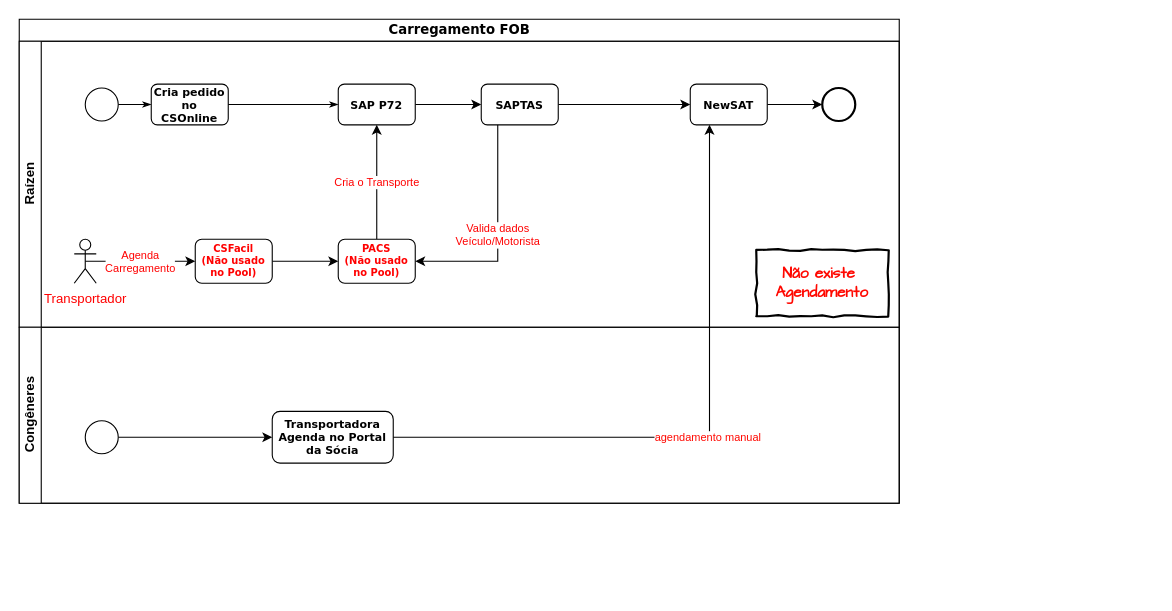
The draw.io diagram page "Carregamento FOB" (2 of 3) of PAI.drawio in anlugifa/drawio, before the edit. Source tidied: cells renumbered, new cells numbered last; positions are measured from the earlier drawing's top-left corner, leaving out a move shared by most shapes. Both pictures are drawn from the tidied source at 110%, with x=0, y=0 at pixel (19, 19).
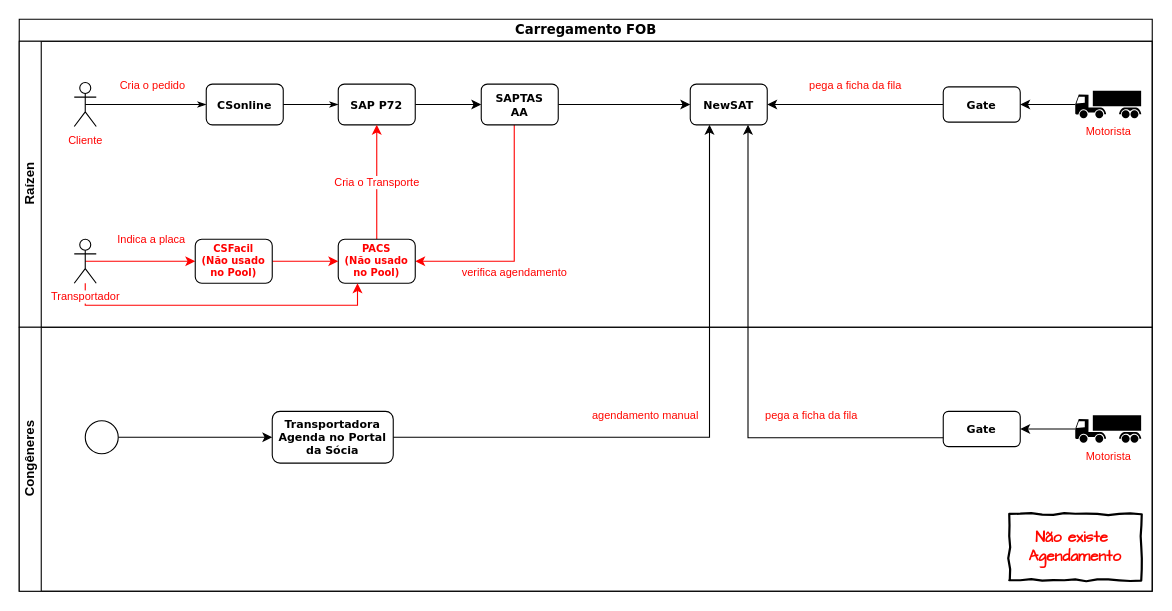
After the change.

Unchanged cells that the change refers to:
```xml
<mxCell id="8" value="SAP P72" style="rounded=1;whiteSpace=wrap;html=1;shadow=0;labelBackgroundColor=none;strokeColor=#000000;strokeWidth=1;fillColor=#ffffff;fontFamily=Verdana;fontSize=10;fontColor=#000000;align=center;fontStyle=1;" parent="3" vertex="1">
  <mxGeometry x="290" y="39" width="70" height="37" as="geometry" />
</mxCell>
<mxCell id="13" value="NewSAT" style="rounded=1;whiteSpace=wrap;html=1;shadow=0;labelBackgroundColor=none;strokeColor=#000000;strokeWidth=1;fillColor=#ffffff;fontFamily=Verdana;fontSize=10;fontColor=#000000;align=center;fontStyle=1;" parent="3" vertex="1">
  <mxGeometry x="610" y="39" width="70" height="37" as="geometry" />
</mxCell>
<mxCell id="17" value="PACS&lt;br style=&quot;font-size: 9px;&quot;&gt;(Não usado no Pool)" style="rounded=1;whiteSpace=wrap;html=1;shadow=0;labelBackgroundColor=none;strokeColor=#000000;strokeWidth=1;fillColor=#ffffff;fontFamily=Verdana;fontSize=9;fontColor=#FF0000;align=center;fontStyle=1;" parent="3" vertex="1">
  <mxGeometry x="290" y="180" width="70" height="40" as="geometry" />
</mxCell>
<mxCell id="21" value="CSFacil&lt;br style=&quot;font-size: 9px;&quot;&gt;(Não usado no Pool)" style="rounded=1;whiteSpace=wrap;html=1;shadow=0;labelBackgroundColor=none;strokeColor=#000000;strokeWidth=1;fillColor=#ffffff;fontFamily=Verdana;fontSize=9;fontColor=#FF0000;align=center;fontStyle=1;" parent="3" vertex="1">
  <mxGeometry x="160" y="180" width="70" height="40" as="geometry" />
</mxCell>
<mxCell id="24" value="Transportadora Agenda no Portal da Sócia" style="rounded=1;whiteSpace=wrap;html=1;shadow=0;labelBackgroundColor=none;strokeColor=#000000;strokeWidth=1;fillColor=#ffffff;fontFamily=Verdana;fontSize=10;fontColor=#000000;align=center;fontStyle=1;" parent="23" vertex="1">
  <mxGeometry x="230" y="76.5" width="110" height="47" as="geometry" />
</mxCell>
```

Change to the diagram source:
```diff
@@
     <mxCell id="2" value="Carregamento FOB" style="swimlane;html=1;horizontal=1;startSize=20;rounded=0;shadow=0;labelBackgroundColor=none;strokeColor=#000000;strokeWidth=1;fillColor=#ffffff;fontFamily=Verdana;fontSize=12;fontColor=#000000;align=center;" parent="1" vertex="1">
-      <mxGeometry width="800" height="440" as="geometry" />
+      <mxGeometry width="1030" height="520" as="geometry" />
     </mxCell>
     <mxCell id="3" value="Raízen" style="swimlane;html=1;startSize=20;horizontal=0;" parent="2" vertex="1">
-      <mxGeometry y="20" width="800" height="260" as="geometry" />
+      <mxGeometry y="20" width="1030" height="260" as="geometry" />
     </mxCell>
-    <mxCell id="4" style="edgeStyle=orthogonalEdgeStyle;rounded=0;html=1;labelBackgroundColor=none;startArrow=none;startFill=0;startSize=5;endArrow=classicThin;endFill=1;endSize=5;jettySize=auto;strokeColor=#000000;strokeWidth=1;fontFamily=Verdana;fontSize=8;fontColor=#000000;" parent="3" edge="1" source="5" target="6">
-      <mxGeometry relative="1" as="geometry" />
+    <mxCell id="4" value="&lt;font style=&quot;font-size: 10px&quot; color=&quot;#ff0800&quot; face=&quot;Helvetica&quot;&gt;Cria o pedido&lt;/font&gt;" style="edgeStyle=orthogonalEdgeStyle;rounded=0;html=1;labelBackgroundColor=none;startArrow=none;startFill=0;startSize=5;endArrow=classicThin;endFill=1;endSize=5;jettySize=auto;strokeColor=#000000;strokeWidth=1;fontFamily=Verdana;fontSize=8;fontColor=#000000;exitX=0.5;exitY=0.5;exitDx=0;exitDy=0;exitPerimeter=0;" parent="3" edge="1" source="29" target="6">
+      <mxGeometry x="0.1" y="18" relative="1" as="geometry" />
     </mxCell>
-    <mxCell id="5" style="ellipse;whiteSpace=wrap;html=1;rounded=0;shadow=0;labelBackgroundColor=none;strokeColor=#000000;strokeWidth=1;fillColor=#ffffff;fontFamily=Verdana;fontSize=8;fontColor=#000000;align=center;" parent="3" vertex="1">
-      <mxGeometry x="60" y="42.5" width="30" height="30" as="geometry" />
-    </mxCell>
-    <mxCell id="6" value="Cria pedido no CSOnline" style="rounded=1;whiteSpace=wrap;html=1;shadow=0;labelBackgroundColor=none;strokeColor=#000000;strokeWidth=1;fillColor=#ffffff;fontFamily=Verdana;fontSize=10;fontColor=#000000;align=center;fontStyle=1;" parent="3" vertex="1">
-      <mxGeometry x="120" y="39" width="70" height="37" as="geometry" />
+    <mxCell id="6" value="CSonline" style="rounded=1;whiteSpace=wrap;html=1;shadow=0;labelBackgroundColor=none;strokeColor=#000000;strokeWidth=1;fillColor=#ffffff;fontFamily=Verdana;fontSize=10;fontColor=#000000;align=center;fontStyle=1;" parent="3" vertex="1">
+      <mxGeometry x="170" y="39" width="70" height="37" as="geometry" />
     </mxCell>
@@
-    <mxCell id="10" value="Valida dados &lt;br style=&quot;font-size: 10px;&quot;&gt;Veículo/Motorista" style="edgeStyle=orthogonalEdgeStyle;rounded=0;jettySize=auto;html=1;entryX=1;entryY=0.5;entryDx=0;entryDy=0;fontSize=10;fontColor=#FF0000;" parent="3" edge="1" source="11" target="17">
-      <mxGeometry relative="1" as="geometry">
+    <mxCell id="10" value="verifica agendamento" style="edgeStyle=orthogonalEdgeStyle;rounded=0;jettySize=auto;html=1;entryX=1;entryY=0.5;entryDx=0;entryDy=0;strokeColor=#FF0000;fontSize=10;fontColor=#FF0000;" parent="3" edge="1" source="11" target="17">
+      <mxGeometry x="0.16" y="10" relative="1" as="geometry">
         <Array as="points">
-          <mxPoint x="435" y="200" />
+          <mxPoint x="450" y="200" />
         </Array>
       </mxGeometry>
     </mxCell>
-    <mxCell id="11" value="SAPTAS" style="rounded=1;whiteSpace=wrap;html=1;shadow=0;labelBackgroundColor=none;strokeColor=#000000;strokeWidth=1;fillColor=#ffffff;fontFamily=Verdana;fontSize=10;fontColor=#000000;align=center;fontStyle=1;" parent="3" vertex="1">
+    <mxCell id="11" value="SAPTAS&lt;br&gt;AA" style="rounded=1;whiteSpace=wrap;html=1;shadow=0;labelBackgroundColor=none;strokeColor=#000000;strokeWidth=1;fillColor=#ffffff;fontFamily=Verdana;fontSize=10;fontColor=#000000;align=center;fontStyle=1;" parent="3" vertex="1">
       <mxGeometry x="420" y="39" width="70" height="37" as="geometry" />
     </mxCell>
-    <mxCell id="12" style="edgeStyle=orthogonalEdgeStyle;rounded=0;jettySize=auto;html=1;entryX=0;entryY=0.5;entryDx=0;entryDy=0;fontSize=10;" parent="3" edge="1" source="13" target="14">
-      <mxGeometry relative="1" as="geometry" />
-    </mxCell>
@@
-    <mxCell id="14" style="ellipse;whiteSpace=wrap;html=1;rounded=0;shadow=0;labelBackgroundColor=none;strokeColor=#000000;strokeWidth=2;fillColor=#ffffff;fontFamily=Verdana;fontSize=8;fontColor=#000000;align=center;" parent="3" vertex="1">
-      <mxGeometry x="730" y="42.5" width="30" height="30" as="geometry" />
-    </mxCell>
@@
-    <mxCell id="16" value="Cria o Transporte" style="edgeStyle=orthogonalEdgeStyle;rounded=0;jettySize=auto;html=1;entryX=0.5;entryY=1;entryDx=0;entryDy=0;fontSize=10;fontColor=#FF0000;" parent="3" edge="1" source="17" target="8">
+    <mxCell id="16" value="Cria o Transporte" style="edgeStyle=orthogonalEdgeStyle;rounded=0;jettySize=auto;html=1;entryX=0.5;entryY=1;entryDx=0;entryDy=0;fontSize=10;fontColor=#FF0000;strokeColor=#FF0000;" parent="3" edge="1" source="17" target="8">
       <mxGeometry relative="1" as="geometry" />
     </mxCell>
@@
-    <mxCell id="18" value="Agenda&lt;br&gt;Carregamento" style="edgeStyle=orthogonalEdgeStyle;rounded=0;jettySize=auto;html=1;exitX=0.5;exitY=0.5;exitDx=0;exitDy=0;exitPerimeter=0;entryX=0;entryY=0.5;entryDx=0;entryDy=0;fontSize=10;fontColor=#FF0000;" parent="3" edge="1" source="19" target="21">
-      <mxGeometry relative="1" as="geometry" />
+    <mxCell id="18" value="Indica a placa" style="edgeStyle=orthogonalEdgeStyle;rounded=0;jettySize=auto;html=1;exitX=0.5;exitY=0.5;exitDx=0;exitDy=0;exitPerimeter=0;entryX=0;entryY=0.5;entryDx=0;entryDy=0;fontSize=10;fontColor=#FF0000;strokeColor=#FF0000;" parent="3" edge="1" source="19" target="21">
+      <mxGeometry x="0.2" y="20" relative="1" as="geometry" />
     </mxCell>
+    <mxCell id="28" style="edgeStyle=orthogonalEdgeStyle;rounded=0;jettySize=auto;html=1;entryX=0.25;entryY=1;entryDx=0;entryDy=0;fontSize=10;fontColor=#FF0800;strokeColor=#FF0000;" parent="3" edge="1" source="19" target="17">
+      <mxGeometry relative="1" as="geometry">
+        <Array as="points">
+          <mxPoint x="60" y="240" />
+          <mxPoint x="308" y="240" />
+        </Array>
+      </mxGeometry>
+    </mxCell>
-    <mxCell id="19" value="&lt;font style=&quot;font-size: 12px&quot;&gt;Transportador&lt;/font&gt;" style="shape=umlActor;verticalLabelPosition=bottom;labelBackgroundColor=#ffffff;verticalAlign=top;html=1;outlineConnect=0;fontSize=10;fontColor=#FF0000;" parent="3" vertex="1">
+    <mxCell id="19" value="&lt;font style=&quot;font-size: 10px&quot;&gt;Transportador&lt;/font&gt;" style="shape=umlActor;verticalLabelPosition=bottom;labelBackgroundColor=#ffffff;verticalAlign=top;html=1;outlineConnect=0;fontSize=10;fontColor=#FF0000;" parent="3" vertex="1">
       <mxGeometry x="50" y="180" width="20" height="40" as="geometry" />
     </mxCell>
-    <mxCell id="20" style="edgeStyle=orthogonalEdgeStyle;rounded=0;jettySize=auto;html=1;exitX=1;exitY=0.5;exitDx=0;exitDy=0;entryX=0;entryY=0.5;entryDx=0;entryDy=0;fontSize=10;fontColor=#FF0000;" parent="3" edge="1" source="21" target="17">
+    <mxCell id="20" style="edgeStyle=orthogonalEdgeStyle;rounded=0;jettySize=auto;html=1;exitX=1;exitY=0.5;exitDx=0;exitDy=0;entryX=0;entryY=0.5;entryDx=0;entryDy=0;fontSize=10;fontColor=#FF0000;strokeColor=#FF0000;" parent="3" edge="1" source="21" target="17">
       <mxGeometry relative="1" as="geometry" />
     </mxCell>
@@
-    <mxCell id="22" value="Não existe&amp;nbsp;&lt;br style=&quot;font-size: 14px;&quot;&gt;Agendamento" style="html=1;whiteSpace=wrap;comic=1;strokeWidth=2;fontFamily=Comic Sans MS;fontStyle=1;fontColor=#FF0800;fontSize=14;" parent="3" vertex="1">
-      <mxGeometry x="670" y="190" width="120" height="60" as="geometry" />
-    </mxCell>
+    <mxCell id="29" value="&lt;font style=&quot;font-size: 10px&quot;&gt;Cliente&lt;/font&gt;" style="shape=umlActor;verticalLabelPosition=bottom;labelBackgroundColor=#ffffff;verticalAlign=top;html=1;outlineConnect=0;fontSize=10;fontColor=#FF0000;" parent="3" vertex="1">
+      <mxGeometry x="50" y="37.5" width="20" height="40" as="geometry" />
+    </mxCell>
+    <mxCell id="30" value="Motorista" style="shape=mxgraph.signs.transportation.truck_7;html=1;fillColor=#000000;strokeColor=none;verticalLabelPosition=bottom;verticalAlign=top;align=center;fontSize=10;fontColor=#FF0800;" parent="3" vertex="1">
+      <mxGeometry x="960" y="45" width="60" height="25" as="geometry" />
+    </mxCell>
+    <mxCell id="31" value="pega a ficha da fila" style="edgeStyle=orthogonalEdgeStyle;rounded=0;jettySize=auto;html=1;entryX=1;entryY=0.5;entryDx=0;entryDy=0;fontSize=10;fontColor=#FF0800;" parent="3" edge="1" source="32" target="13">
+      <mxGeometry y="-17" relative="1" as="geometry">
+        <mxPoint y="-1" as="offset" />
+      </mxGeometry>
+    </mxCell>
+    <mxCell id="32" value="&lt;font face=&quot;Verdana&quot;&gt;Gate&lt;/font&gt;" style="rounded=1;whiteSpace=wrap;html=1;fontSize=10;fontColor=#000000;fontStyle=1;labelBackgroundColor=#ffffff;" parent="3" vertex="1">
+      <mxGeometry x="840" y="41.5" width="70" height="32" as="geometry" />
+    </mxCell>
+    <mxCell id="33" style="edgeStyle=orthogonalEdgeStyle;rounded=0;jettySize=auto;html=1;entryX=1;entryY=0.5;entryDx=0;entryDy=0;fontSize=10;fontColor=#000000;" parent="3" edge="1" source="30" target="32">
+      <mxGeometry relative="1" as="geometry" />
+    </mxCell>
     <mxCell id="23" value="Congêneres" style="swimlane;html=1;startSize=20;horizontal=0;" parent="2" vertex="1">
-      <mxGeometry y="280" width="800" height="160" as="geometry" />
+      <mxGeometry y="280" width="1030" height="240" as="geometry" />
     </mxCell>
@@
+    <mxCell id="22" value="Não existe&amp;nbsp;&lt;br style=&quot;font-size: 14px;&quot;&gt;Agendamento" style="html=1;whiteSpace=wrap;comic=1;strokeWidth=2;fontFamily=Comic Sans MS;fontStyle=1;fontColor=#FF0800;fontSize=14;" parent="23" vertex="1">
+      <mxGeometry x="900" y="170" width="120" height="60" as="geometry" />
+    </mxCell>
+    <mxCell id="34" value="Motorista" style="shape=mxgraph.signs.transportation.truck_7;html=1;fillColor=#000000;strokeColor=none;verticalLabelPosition=bottom;verticalAlign=top;align=center;fontSize=10;fontColor=#FF0800;" parent="23" vertex="1">
+      <mxGeometry x="960" y="80" width="60" height="25" as="geometry" />
+    </mxCell>
+    <mxCell id="35" value="&lt;font face=&quot;Verdana&quot;&gt;Gate&lt;/font&gt;" style="rounded=1;whiteSpace=wrap;html=1;fontSize=10;fontColor=#000000;fontStyle=1;labelBackgroundColor=#ffffff;" parent="23" vertex="1">
+      <mxGeometry x="840" y="76.5" width="70" height="32" as="geometry" />
+    </mxCell>
+    <mxCell id="36" style="edgeStyle=orthogonalEdgeStyle;rounded=0;jettySize=auto;html=1;entryX=1;entryY=0.5;entryDx=0;entryDy=0;fontSize=10;fontColor=#000000;" parent="23" edge="1" source="34" target="35">
+      <mxGeometry relative="1" as="geometry" />
+    </mxCell>
     <mxCell id="27" value="&lt;font color=&quot;#ff0800&quot;&gt;agendamento manual&lt;/font&gt;" style="edgeStyle=orthogonalEdgeStyle;rounded=0;jettySize=auto;html=1;entryX=0.25;entryY=1;entryDx=0;entryDy=0;fontSize=10;" parent="2" edge="1" source="24" target="13">
-      <mxGeometry relative="1" as="geometry" />
+      <mxGeometry x="-0.2" y="20" relative="1" as="geometry" />
     </mxCell>
+    <mxCell id="37" value="&lt;span style=&quot;color: rgb(255 , 8 , 0)&quot;&gt;pega a ficha da fila&lt;/span&gt;" style="edgeStyle=orthogonalEdgeStyle;rounded=0;jettySize=auto;html=1;entryX=0.75;entryY=1;entryDx=0;entryDy=0;strokeColor=#000000;fontSize=10;fontColor=#FF0000;exitX=0;exitY=0.75;exitDx=0;exitDy=0;" parent="2" edge="1" source="35" target="13">
+      <mxGeometry x="-0.48" y="-21" relative="1" as="geometry" />
+    </mxCell>
```
